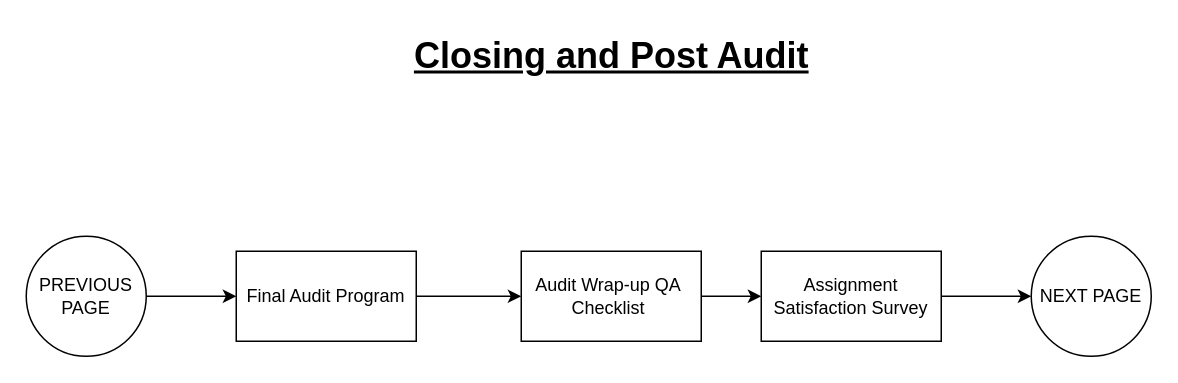
This is page "Closing and Post Audit" (15 of 32) of ERM & IA DFD.drawio from AvikM1996/draw.io, a draw.io file, before an edit. Source tidied: cells renumbered, new cells numbered last; positions are measured from the earlier drawing's top-left corner, leaving out a move shared by most shapes. Both pictures are drawn from the tidied source at 150%, with x=0, y=0 at pixel (26, 26).
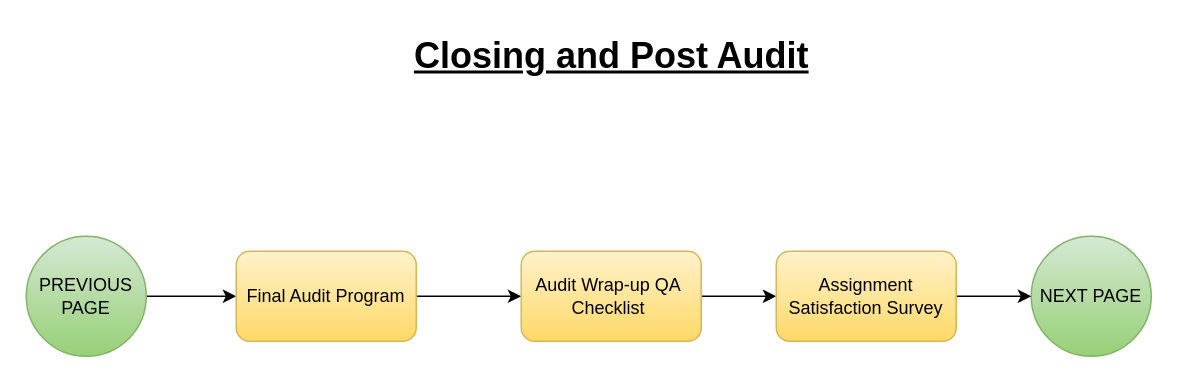
Above is the later version.

The edit, as a diff of the source:
```diff
@@
 <mxGraphModel>
   <root>
     <mxCell id="0" />
     <mxCell id="1" parent="0" />
-    <mxCell id="2" style="edgeStyle=orthogonalEdgeStyle;rounded=0;jettySize=auto;html=1;entryX=0;entryY=0.5;entryDx=0;entryDy=0;" parent="1" edge="1" source="3" target="6">
+    <mxCell id="2" style="edgeStyle=orthogonalEdgeStyle;rounded=1;jettySize=auto;html=1;entryX=0;entryY=0.5;entryDx=0;entryDy=0;" parent="1" edge="1" source="3" target="6">
       <mxGeometry relative="1" as="geometry" />
     </mxCell>
-    <mxCell id="3" value="PREVIOUS PAGE" style="ellipse;whiteSpace=wrap;html=1;" parent="1" vertex="1">
+    <mxCell id="3" value="PREVIOUS PAGE" style="ellipse;whiteSpace=wrap;html=1;rounded=1;fillColor=#d5e8d4;gradientColor=#97d077;strokeColor=#82b366;" parent="1" vertex="1">
       <mxGeometry y="140" width="80" height="80" as="geometry" />
     </mxCell>
-    <mxCell id="4" value="NEXT PAGE" style="ellipse;whiteSpace=wrap;html=1;" parent="1" vertex="1">
+    <mxCell id="4" value="NEXT PAGE" style="ellipse;whiteSpace=wrap;html=1;rounded=1;fillColor=#d5e8d4;gradientColor=#97d077;strokeColor=#82b366;" parent="1" vertex="1">
       <mxGeometry x="670" y="140" width="80" height="80" as="geometry" />
     </mxCell>
-    <mxCell id="5" style="edgeStyle=orthogonalEdgeStyle;rounded=0;jettySize=auto;html=1;exitX=1;exitY=0.5;exitDx=0;exitDy=0;entryX=0;entryY=0.5;entryDx=0;entryDy=0;" parent="1" edge="1" source="6" target="8">
+    <mxCell id="5" style="edgeStyle=orthogonalEdgeStyle;rounded=1;jettySize=auto;html=1;exitX=1;exitY=0.5;exitDx=0;exitDy=0;entryX=0;entryY=0.5;entryDx=0;entryDy=0;" parent="1" edge="1" source="6" target="8">
       <mxGeometry relative="1" as="geometry" />
     </mxCell>
-    <mxCell id="6" value="Final Audit Program" style="rounded=0;whiteSpace=wrap;html=1;" parent="1" vertex="1">
+    <mxCell id="6" value="Final Audit Program" style="rounded=1;whiteSpace=wrap;html=1;fillColor=#fff2cc;gradientColor=#ffd966;strokeColor=#d6b656;" parent="1" vertex="1">
       <mxGeometry x="140" y="150" width="120" height="60" as="geometry" />
     </mxCell>
-    <mxCell id="7" style="edgeStyle=orthogonalEdgeStyle;rounded=0;jettySize=auto;html=1;exitX=1;exitY=0.5;exitDx=0;exitDy=0;entryX=0;entryY=0.5;entryDx=0;entryDy=0;" parent="1" edge="1" source="8" target="10">
+    <mxCell id="7" style="edgeStyle=orthogonalEdgeStyle;rounded=1;jettySize=auto;html=1;exitX=1;exitY=0.5;exitDx=0;exitDy=0;entryX=0;entryY=0.5;entryDx=0;entryDy=0;" parent="1" edge="1" source="8" target="10">
       <mxGeometry relative="1" as="geometry" />
     </mxCell>
-    <mxCell id="8" value="Audit Wrap-up QA&amp;nbsp; Checklist&amp;nbsp;" style="rounded=0;whiteSpace=wrap;html=1;" parent="1" vertex="1">
+    <mxCell id="8" value="Audit Wrap-up QA&amp;nbsp; Checklist&amp;nbsp;" style="rounded=1;whiteSpace=wrap;html=1;fillColor=#fff2cc;gradientColor=#ffd966;strokeColor=#d6b656;" parent="1" vertex="1">
       <mxGeometry x="330" y="150" width="120" height="60" as="geometry" />
     </mxCell>
-    <mxCell id="9" style="edgeStyle=orthogonalEdgeStyle;rounded=0;jettySize=auto;html=1;exitX=1;exitY=0.5;exitDx=0;exitDy=0;entryX=0;entryY=0.5;entryDx=0;entryDy=0;" parent="1" edge="1" source="10" target="4">
+    <mxCell id="9" style="edgeStyle=orthogonalEdgeStyle;rounded=1;jettySize=auto;html=1;exitX=1;exitY=0.5;exitDx=0;exitDy=0;entryX=0;entryY=0.5;entryDx=0;entryDy=0;" parent="1" edge="1" source="10" target="4">
       <mxGeometry relative="1" as="geometry" />
     </mxCell>
-    <mxCell id="10" value="Assignment Satisfaction Survey" style="rounded=0;whiteSpace=wrap;html=1;" parent="1" vertex="1">
-      <mxGeometry x="490" y="150" width="120" height="60" as="geometry" />
+    <mxCell id="10" value="Assignment Satisfaction Survey" style="rounded=1;whiteSpace=wrap;html=1;fillColor=#fff2cc;gradientColor=#ffd966;strokeColor=#d6b656;" parent="1" vertex="1">
+      <mxGeometry x="500" y="150" width="120" height="60" as="geometry" />
     </mxCell>
-    <mxCell id="11" value="Closing and Post Audit" style="text;strokeColor=none;fillColor=none;html=1;fontSize=24;fontStyle=5;verticalAlign=middle;align=center;" parent="1" vertex="1">
+    <mxCell id="11" value="Closing and Post Audit" style="text;strokeColor=none;fillColor=none;html=1;fontSize=24;fontStyle=5;verticalAlign=middle;align=center;rounded=1;" parent="1" vertex="1">
       <mxGeometry x="260" width="260" height="40" as="geometry" />
     </mxCell>
   </root>
 </mxGraphModel>
```
